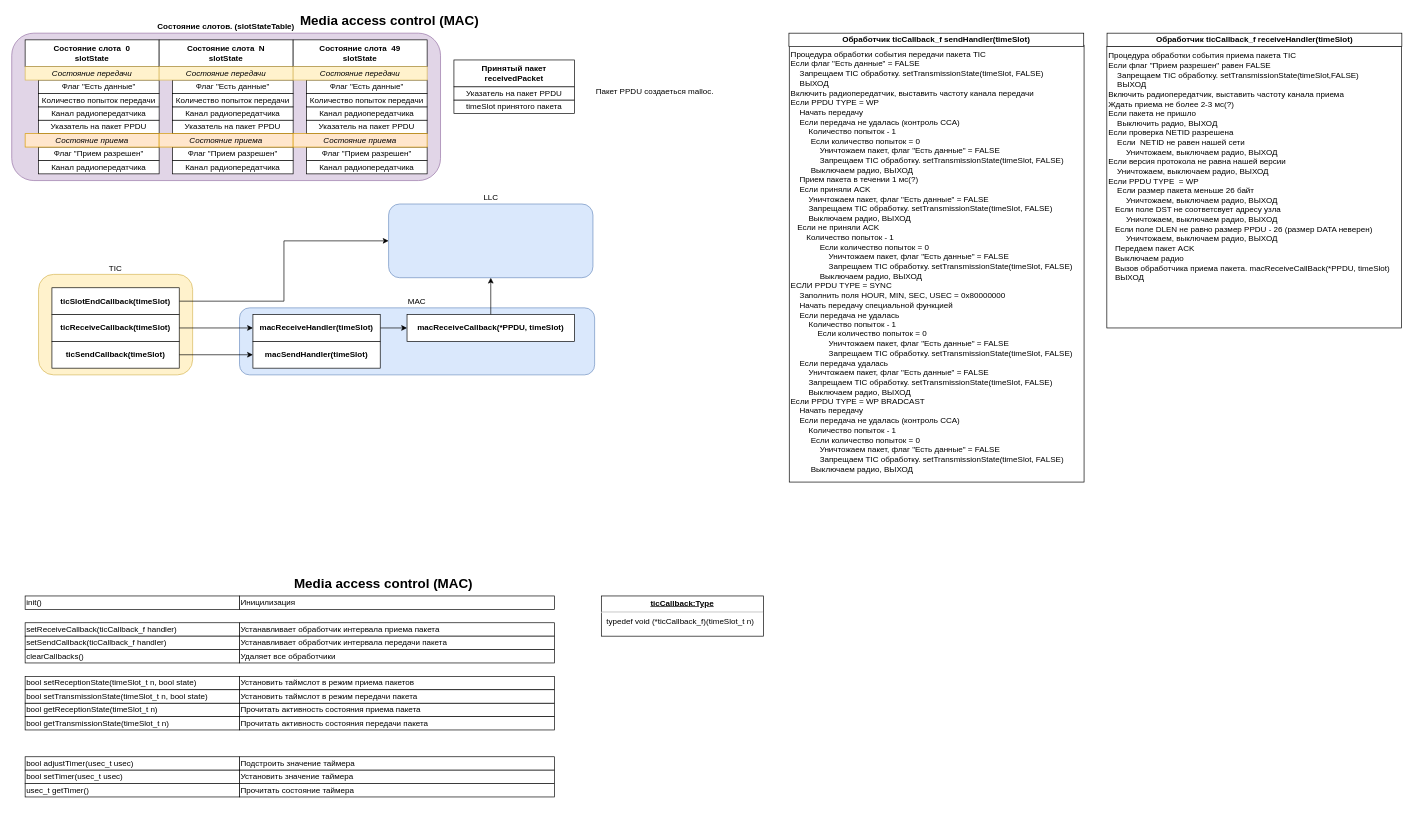
The draw.io diagram page "mac" (2 of 6) of documentation/programm modules/modulse struct.drawio in saurex83/WMNU, before the edit. Source tidied: cells renumbered, new cells numbered last; positions are measured from the earlier drawing's top-left corner, leaving out a move shared by most shapes. Both pictures are drawn from the tidied source at 67%, with x=0, y=0 at pixel (11, 13).
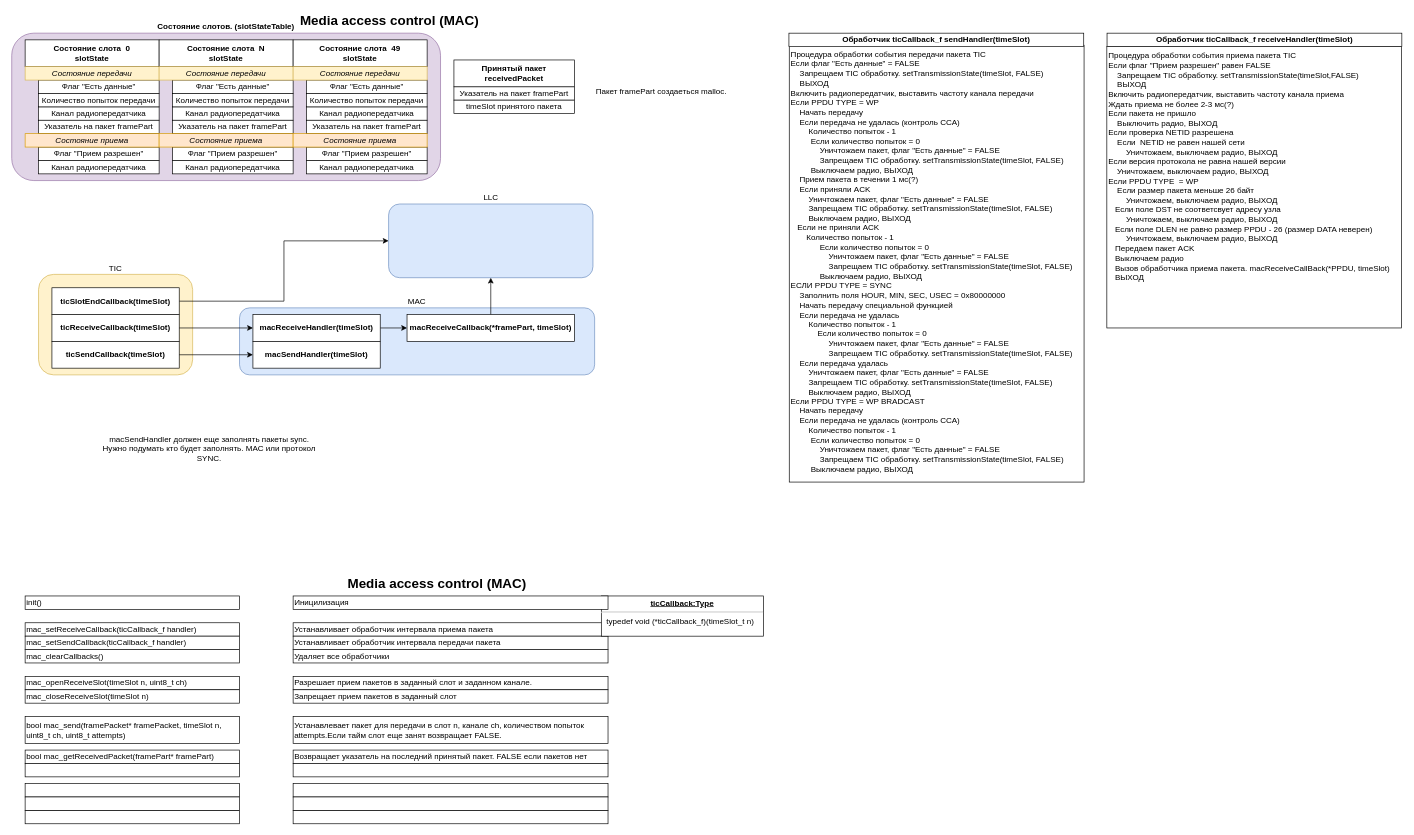
After the change.

Change to the diagram source:
```diff
@@
-    <mxCell id="7" value="Указатель на пакет PPDU" style="rounded=0;whiteSpace=wrap;html=1;fontSize=12;fontStyle=0;" parent="1" vertex="1">
+    <mxCell id="7" value="Указатель на пакет framePart" style="rounded=0;whiteSpace=wrap;html=1;fontSize=12;fontStyle=0;" parent="1" vertex="1">
       <mxGeometry x="40" y="160" width="180" height="20" as="geometry" />
     </mxCell>
@@
-    <mxCell id="10" value="setReceiveCallback(ticCallback_f handler)" style="rounded=0;whiteSpace=wrap;html=1;labelBackgroundColor=none;fontSize=12;fontColor=#000000;align=left;" parent="1" vertex="1">
+    <mxCell id="10" value="mac_setReceiveCallback(ticCallback_f handler)" style="rounded=0;whiteSpace=wrap;html=1;labelBackgroundColor=none;fontSize=12;fontColor=#000000;align=left;" parent="1" vertex="1">
       <mxGeometry x="20" y="910" width="320" height="20" as="geometry" />
     </mxCell>
     <mxCell id="11" value="Устанавливает обработчик интервала приема пакета" style="rounded=0;whiteSpace=wrap;html=1;labelBackgroundColor=none;fontSize=12;fontColor=#000000;align=left;" parent="1" vertex="1">
-      <mxGeometry x="340" y="910" width="470" height="20" as="geometry" />
+      <mxGeometry x="420" y="910" width="470" height="20" as="geometry" />
     </mxCell>
     <mxCell id="12" value="Media access control (MAC)" style="text;html=1;strokeColor=none;fillColor=none;align=center;verticalAlign=middle;whiteSpace=wrap;rounded=0;fontStyle=1;fontSize=20;" parent="1" vertex="1">
-      <mxGeometry x="370" y="840" width="370" height="20" as="geometry" />
+      <mxGeometry x="450" y="840" width="370" height="20" as="geometry" />
     </mxCell>
-    <mxCell id="13" value="clearCallbacks()" style="rounded=0;whiteSpace=wrap;html=1;labelBackgroundColor=none;fontSize=12;fontColor=#000000;align=left;" parent="1" vertex="1">
+    <mxCell id="13" value="mac_clearCallbacks()" style="rounded=0;whiteSpace=wrap;html=1;labelBackgroundColor=none;fontSize=12;fontColor=#000000;align=left;" parent="1" vertex="1">
       <mxGeometry x="20" y="950" width="320" height="20" as="geometry" />
     </mxCell>
     <mxCell id="14" value="Удаляет все обработчики" style="rounded=0;whiteSpace=wrap;html=1;labelBackgroundColor=none;fontSize=12;fontColor=#000000;align=left;" parent="1" vertex="1">
-      <mxGeometry x="340" y="950" width="470" height="20" as="geometry" />
+      <mxGeometry x="420" y="950" width="470" height="20" as="geometry" />
     </mxCell>
-    <mxCell id="15" value="setSendCallback(ticCallback_f handler)" style="rounded=0;whiteSpace=wrap;html=1;labelBackgroundColor=none;fontSize=12;fontColor=#000000;align=left;" parent="1" vertex="1">
+    <mxCell id="15" value="mac_setSendCallback(ticCallback_f handler)" style="rounded=0;whiteSpace=wrap;html=1;labelBackgroundColor=none;fontSize=12;fontColor=#000000;align=left;" parent="1" vertex="1">
       <mxGeometry x="20" y="930" width="320" height="20" as="geometry" />
     </mxCell>
     <mxCell id="16" value="Устанавливает обработчик интервала передачи пакета" style="rounded=0;whiteSpace=wrap;html=1;labelBackgroundColor=none;fontSize=12;fontColor=#000000;align=left;" parent="1" vertex="1">
-      <mxGeometry x="340" y="930" width="470" height="20" as="geometry" />
+      <mxGeometry x="420" y="930" width="470" height="20" as="geometry" />
     </mxCell>
-    <mxCell id="17" value="bool setReceptionState(timeSlot_t n, bool state)" style="rounded=0;whiteSpace=wrap;html=1;labelBackgroundColor=none;fontSize=12;fontColor=#000000;align=left;" parent="1" vertex="1">
+    <mxCell id="17" value="mac_openReceiveSlot(timeSlot n, uint8_t ch)" style="rounded=0;whiteSpace=wrap;html=1;labelBackgroundColor=none;fontSize=12;fontColor=#000000;align=left;" parent="1" vertex="1">
       <mxGeometry x="20" y="990" width="320" height="20" as="geometry" />
     </mxCell>
-    <mxCell id="18" value="Установить таймслот в режим приема пакетов" style="rounded=0;whiteSpace=wrap;html=1;labelBackgroundColor=none;fontSize=12;fontColor=#000000;align=left;" parent="1" vertex="1">
-      <mxGeometry x="340" y="990" width="470" height="20" as="geometry" />
+    <mxCell id="18" value="Разрешает прием пакетов в заданный слот и заданном канале." style="rounded=0;whiteSpace=wrap;html=1;labelBackgroundColor=none;fontSize=12;fontColor=#000000;align=left;" parent="1" vertex="1">
+      <mxGeometry x="420" y="990" width="470" height="20" as="geometry" />
     </mxCell>
-    <mxCell id="19" value="bool getReceptionState(timeSlot_t n)" style="rounded=0;whiteSpace=wrap;html=1;labelBackgroundColor=none;fontSize=12;fontColor=#000000;align=left;" parent="1" vertex="1">
-      <mxGeometry x="20" y="1030" width="320" height="20" as="geometry" />
+    <mxCell id="19" value="bool mac_getReceivedPacket(framePart* framePart)" style="rounded=0;whiteSpace=wrap;html=1;labelBackgroundColor=none;fontSize=12;fontColor=#000000;align=left;" parent="1" vertex="1">
+      <mxGeometry x="20" y="1100" width="320" height="20" as="geometry" />
     </mxCell>
-    <mxCell id="20" value="Прочитать активность состояния приема пакета" style="rounded=0;whiteSpace=wrap;html=1;labelBackgroundColor=none;fontSize=12;fontColor=#000000;align=left;" parent="1" vertex="1">
-      <mxGeometry x="340" y="1030" width="470" height="20" as="geometry" />
+    <mxCell id="20" value="Возвращает указатель на последний принятый пакет. FALSE если пакетов нет" style="rounded=0;whiteSpace=wrap;html=1;labelBackgroundColor=none;fontSize=12;fontColor=#000000;align=left;" parent="1" vertex="1">
+      <mxGeometry x="420" y="1100" width="470" height="20" as="geometry" />
     </mxCell>
-    <mxCell id="21" value="bool setTransmissionState(timeSlot_t n, bool state)" style="rounded=0;whiteSpace=wrap;html=1;labelBackgroundColor=none;fontSize=12;fontColor=#000000;align=left;" parent="1" vertex="1">
-      <mxGeometry x="20" y="1010" width="320" height="20" as="geometry" />
+    <mxCell id="21" value="bool mac_send(framePacket* framePacket, timeSlot n, &lt;br&gt;uint8_t ch, uint8_t attempts)" style="rounded=0;whiteSpace=wrap;html=1;labelBackgroundColor=none;fontSize=12;fontColor=#000000;align=left;" parent="1" vertex="1">
+      <mxGeometry x="20" y="1050" width="320" height="40" as="geometry" />
     </mxCell>
-    <mxCell id="22" value="Установить таймслот в режим передачи пакета" style="rounded=0;whiteSpace=wrap;html=1;labelBackgroundColor=none;fontSize=12;fontColor=#000000;align=left;" parent="1" vertex="1">
-      <mxGeometry x="340" y="1010" width="470" height="20" as="geometry" />
+    <mxCell id="22" value="Устанавлевает пакет для передачи в слот n, канале ch, количеством попыток attempts.Если тайм слот еще занят возвращает FALSE." style="rounded=0;whiteSpace=wrap;html=1;labelBackgroundColor=none;fontSize=12;fontColor=#000000;align=left;" parent="1" vertex="1">
+      <mxGeometry x="420" y="1050" width="470" height="40" as="geometry" />
     </mxCell>
-    <mxCell id="23" value="bool getTransmissionState(timeSlot_t n)" style="rounded=0;whiteSpace=wrap;html=1;labelBackgroundColor=none;fontSize=12;fontColor=#000000;align=left;" parent="1" vertex="1">
-      <mxGeometry x="20" y="1050" width="320" height="20" as="geometry" />
+    <mxCell id="23" style="rounded=0;whiteSpace=wrap;html=1;labelBackgroundColor=none;fontSize=12;fontColor=#000000;align=left;" parent="1" vertex="1">
+      <mxGeometry x="20" y="1120" width="320" height="20" as="geometry" />
     </mxCell>
-    <mxCell id="24" value="Прочитать активность состояния передачи пакета" style="rounded=0;whiteSpace=wrap;html=1;labelBackgroundColor=none;fontSize=12;fontColor=#000000;align=left;" parent="1" vertex="1">
-      <mxGeometry x="340" y="1050" width="470" height="20" as="geometry" />
+    <mxCell id="24" style="rounded=0;whiteSpace=wrap;html=1;labelBackgroundColor=none;fontSize=12;fontColor=#000000;align=left;" parent="1" vertex="1">
+      <mxGeometry x="420" y="1120" width="470" height="20" as="geometry" />
     </mxCell>
-    <mxCell id="25" value="&lt;span style=&quot;white-space: normal&quot;&gt;bool adjustTimer(usec_t&amp;nbsp;usec)&lt;/span&gt;" style="rounded=0;whiteSpace=wrap;html=1;labelBackgroundColor=none;fontSize=12;fontColor=#000000;align=left;" parent="1" vertex="1">
-      <mxGeometry x="20" y="1110" width="320" height="20" as="geometry" />
+    <mxCell id="25" style="rounded=0;whiteSpace=wrap;html=1;labelBackgroundColor=none;fontSize=12;fontColor=#000000;align=left;" parent="1" vertex="1">
+      <mxGeometry x="20" y="1150" width="320" height="20" as="geometry" />
     </mxCell>
-    <mxCell id="26" value="Подстроить значение таймера" style="rounded=0;whiteSpace=wrap;html=1;labelBackgroundColor=none;fontSize=12;fontColor=#000000;align=left;" parent="1" vertex="1">
-      <mxGeometry x="340" y="1110" width="470" height="20" as="geometry" />
+    <mxCell id="26" style="rounded=0;whiteSpace=wrap;html=1;labelBackgroundColor=none;fontSize=12;fontColor=#000000;align=left;" parent="1" vertex="1">
+      <mxGeometry x="420" y="1150" width="470" height="20" as="geometry" />
     </mxCell>
-    <mxCell id="27" value="&lt;span style=&quot;white-space: normal&quot;&gt;usec_t&amp;nbsp;getTimer()&lt;/span&gt;" style="rounded=0;whiteSpace=wrap;html=1;labelBackgroundColor=none;fontSize=12;fontColor=#000000;align=left;" parent="1" vertex="1">
-      <mxGeometry x="20" y="1150" width="320" height="20" as="geometry" />
+    <mxCell id="27" style="rounded=0;whiteSpace=wrap;html=1;labelBackgroundColor=none;fontSize=12;fontColor=#000000;align=left;" parent="1" vertex="1">
+      <mxGeometry x="20" y="1190" width="320" height="20" as="geometry" />
     </mxCell>
-    <mxCell id="28" value="Прочитать состояние таймера" style="rounded=0;whiteSpace=wrap;html=1;labelBackgroundColor=none;fontSize=12;fontColor=#000000;align=left;" parent="1" vertex="1">
-      <mxGeometry x="340" y="1150" width="470" height="20" as="geometry" />
+    <mxCell id="28" style="rounded=0;whiteSpace=wrap;html=1;labelBackgroundColor=none;fontSize=12;fontColor=#000000;align=left;" parent="1" vertex="1">
+      <mxGeometry x="420" y="1190" width="470" height="20" as="geometry" />
     </mxCell>
-    <mxCell id="29" value="&lt;span style=&quot;white-space: normal&quot;&gt;bool setTimer(usec_t&amp;nbsp;usec)&lt;/span&gt;" style="rounded=0;whiteSpace=wrap;html=1;labelBackgroundColor=none;fontSize=12;fontColor=#000000;align=left;" parent="1" vertex="1">
-      <mxGeometry x="20" y="1130" width="320" height="20" as="geometry" />
+    <mxCell id="29" style="rounded=0;whiteSpace=wrap;html=1;labelBackgroundColor=none;fontSize=12;fontColor=#000000;align=left;" parent="1" vertex="1">
+      <mxGeometry x="20" y="1170" width="320" height="20" as="geometry" />
     </mxCell>
-    <mxCell id="30" value="Установить значение таймера" style="rounded=0;whiteSpace=wrap;html=1;labelBackgroundColor=none;fontSize=12;fontColor=#000000;align=left;" parent="1" vertex="1">
-      <mxGeometry x="340" y="1130" width="470" height="20" as="geometry" />
+    <mxCell id="30" style="rounded=0;whiteSpace=wrap;html=1;labelBackgroundColor=none;fontSize=12;fontColor=#000000;align=left;" parent="1" vertex="1">
+      <mxGeometry x="420" y="1170" width="470" height="20" as="geometry" />
     </mxCell>
@@
     <mxCell id="33" value="Иницилизация" style="rounded=0;whiteSpace=wrap;html=1;labelBackgroundColor=none;fontSize=12;fontColor=#000000;align=left;" parent="1" vertex="1">
-      <mxGeometry x="340" y="870" width="470" height="20" as="geometry" />
+      <mxGeometry x="420" y="870" width="470" height="20" as="geometry" />
     </mxCell>
@@
-    <mxCell id="40" value="Указатель на пакет PPDU" style="rounded=0;whiteSpace=wrap;html=1;fontSize=12;fontStyle=0;" parent="1" vertex="1">
+    <mxCell id="40" value="Указатель на пакет framePart" style="rounded=0;whiteSpace=wrap;html=1;fontSize=12;fontStyle=0;" parent="1" vertex="1">
       <mxGeometry x="660" y="110" width="180" height="20" as="geometry" />
     </mxCell>
@@
-    <mxCell id="45" value="Указатель на пакет PPDU" style="rounded=0;whiteSpace=wrap;html=1;fontSize=12;fontStyle=0;" parent="1" vertex="1">
+    <mxCell id="45" value="Указатель на пакет framePart" style="rounded=0;whiteSpace=wrap;html=1;fontSize=12;fontStyle=0;" parent="1" vertex="1">
       <mxGeometry x="240" y="160" width="180" height="20" as="geometry" />
     </mxCell>
@@
-    <mxCell id="54" value="Указатель на пакет PPDU" style="rounded=0;whiteSpace=wrap;html=1;fontSize=12;fontStyle=0;" parent="1" vertex="1">
+    <mxCell id="54" value="Указатель на пакет framePart" style="rounded=0;whiteSpace=wrap;html=1;fontSize=12;fontStyle=0;" parent="1" vertex="1">
       <mxGeometry x="440" y="160" width="180" height="20" as="geometry" />
     </mxCell>
@@
-    <mxCell id="72" value="macReceiveCallback(*PPDU, timeSlot)" style="rounded=0;whiteSpace=wrap;html=1;fontStyle=1;" parent="1" vertex="1">
+    <mxCell id="72" value="macReceiveCallback(*framePart, timeSlot)" style="rounded=0;whiteSpace=wrap;html=1;fontStyle=1;" parent="1" vertex="1">
       <mxGeometry x="590" y="450" width="250" height="40" as="geometry" />
     </mxCell>
@@
-    <mxCell id="76" value="Пакет PPDU создаеться malloc." style="text;html=1;align=left;verticalAlign=top;spacingTop=-4;" parent="1" vertex="1">
-      <mxGeometry x="870" y="108" width="190" height="20" as="geometry" />
+    <mxCell id="76" value="Пакет framePart создаеться malloc." style="text;html=1;align=left;verticalAlign=top;spacingTop=-4;" parent="1" vertex="1">
+      <mxGeometry x="870" y="108" width="210" height="20" as="geometry" />
     </mxCell>
+    <mxCell id="77" value="macSendHandler должен еще заполнять пакеты sync.&lt;br&gt;Нужно подумать кто будет заполнять. MAC или протокол SYNC." style="text;html=1;strokeColor=none;fillColor=none;align=center;verticalAlign=middle;whiteSpace=wrap;rounded=0;" parent="1" vertex="1">
+      <mxGeometry x="130" y="590" width="330" height="120" as="geometry" />
+    </mxCell>
+    <mxCell id="78" value="mac_closeReceiveSlot(timeSlot n)" style="rounded=0;whiteSpace=wrap;html=1;labelBackgroundColor=none;fontSize=12;fontColor=#000000;align=left;" parent="1" vertex="1">
+      <mxGeometry x="20" y="1010" width="320" height="20" as="geometry" />
+    </mxCell>
+    <mxCell id="79" value="Запрещает прием пакетов в заданный слот&amp;nbsp;" style="rounded=0;whiteSpace=wrap;html=1;labelBackgroundColor=none;fontSize=12;fontColor=#000000;align=left;" parent="1" vertex="1">
+      <mxGeometry x="420" y="1010" width="470" height="20" as="geometry" />
+    </mxCell>
```
